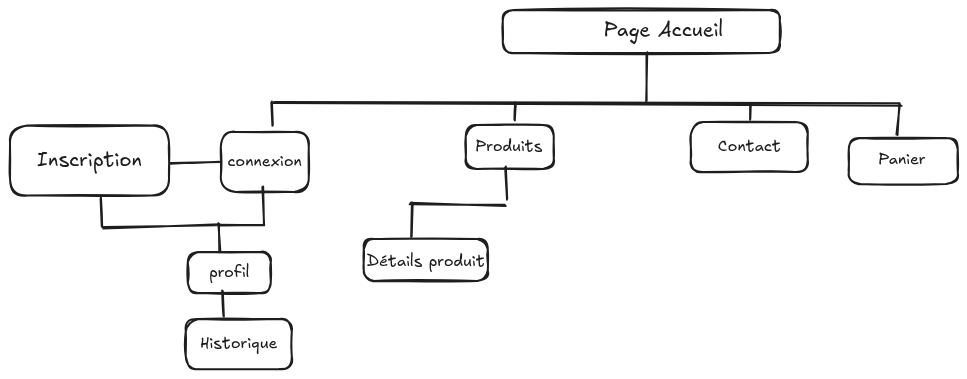
Before: conception/Cahier des charges/arborescence.excalidraw.png, a diagram exported from Excalidraw (AnneSophieBaumgart/Greenroots). Source tidied: one line per element, renumbered; positions are measured from the earlier drawing's top-left corner, leaving out a move shared by most shapes.
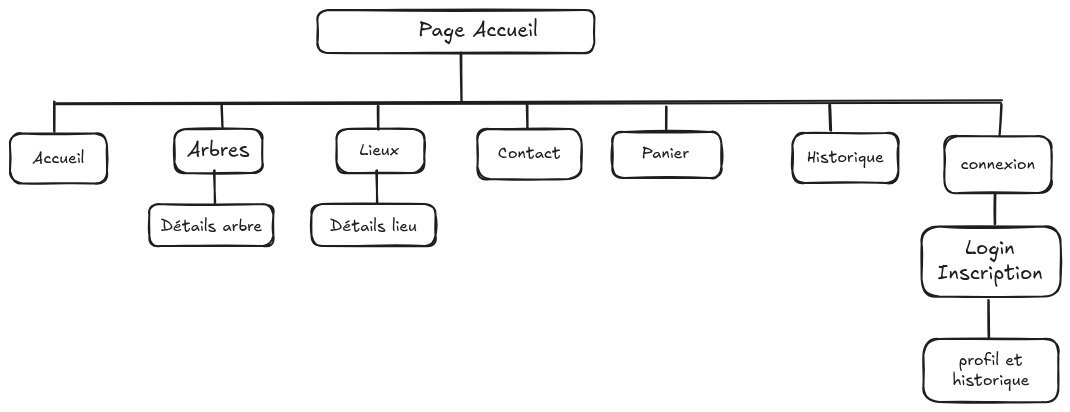
The same diagram one commit later.

The edit, as a diff of the source:
```diff
@@ -1,34 +1,37 @@
-{"id": 0, "type": "rectangle", "strokeColor": "#1e1e1e", "strokeWidth": 2, "roughness": 1, "round": true, "x": 493, "y": 0, "width": 277, "height": 43}
+{"id": 34, "type": "rectangle", "strokeColor": "#1e1e1e", "strokeWidth": 2, "roughness": 1, "round": true, "x": 47, "y": 142, "width": 277, "height": 43}
-{"id": 1, "type": "text", "text": "Page Accueil", "strokeColor": "#1e1e1e", "strokeWidth": 2, "roughness": 1, "fontSize": 20, "fontFamily": 5, "textAlign": "center", "x": 594, "y": 8, "width": 119, "height": 25}
+{"id": 1, "type": "text", "text": "Page Accueil", "strokeColor": "#1e1e1e", "strokeWidth": 2, "roughness": 1, "fontSize": 20, "fontFamily": 5, "textAlign": "center", "x": 148, "y": 150, "width": 119, "height": 25}
-{"id": 2, "type": "line", "strokeColor": "#1e1e1e", "strokeWidth": 2, "roughness": 1, "round": true, "x": 637, "y": 43, "width": 0, "height": 48, "points": [[0, 0], [0, 48]]}
-{"id": 3, "type": "line", "strokeColor": "#1e1e1e", "strokeWidth": 2, "roughness": 1, "round": true, "x": 890, "y": 94, "width": 626, "height": 1, "points": [[0, 0], [-626, -1]]}
-{"id": 4, "type": "line", "strokeColor": "#1e1e1e", "strokeWidth": 2, "roughness": 1, "round": true, "x": 262, "y": 92, "width": 1, "height": 23, "points": [[0, 0], [1, 23]]}
-{"id": 5, "type": "line", "strokeColor": "#1e1e1e", "strokeWidth": 2, "roughness": 1, "round": true, "x": 506, "y": 93, "width": 1, "height": 17, "points": [[0, 0], [-1, 17]]}
-{"id": 6, "type": "line", "strokeColor": "#1e1e1e", "strokeWidth": 2, "roughness": 1, "round": true, "x": 741, "y": 93, "width": 1, "height": 16, "points": [[0, 0], [-1, 16]]}
-{"id": 7, "type": "rectangle", "strokeColor": "#1e1e1e", "strokeWidth": 2, "roughness": 1, "round": true, "x": 211, "y": 122, "width": 88, "height": 60}
+{"id": 35, "type": "line", "strokeColor": "#1e1e1e", "strokeWidth": 2, "roughness": 1, "round": true, "x": 191, "y": 186, "width": 0, "height": 48, "points": [[0, 0], [0, 48]]}
+{"id": 36, "type": "line", "strokeColor": "#1e1e1e", "strokeWidth": 2, "roughness": 1, "round": true, "x": 731, "y": 234, "width": 946, "height": 3, "points": [[0, 0], [-946, 3]]}
+{"id": 37, "type": "line", "strokeColor": "#1e1e1e", "strokeWidth": 2, "roughness": 1, "round": true, "x": -49, "y": 236, "width": 1, "height": 23, "points": [[0, 0], [1, 23]]}
+{"id": 38, "type": "rectangle", "strokeColor": "#1e1e1e", "strokeWidth": 2, "roughness": 1, "round": true, "x": 674, "y": 268, "width": 107, "height": 57}
-{"id": 8, "type": "text", "text": "connexion", "strokeColor": "#1e1e1e", "strokeWidth": 2, "roughness": 1, "fontSize": 16, "fontFamily": 5, "textAlign": "center", "verticalAlign": "middle", "inside": 7, "x": 221, "y": 142, "width": 67, "height": 20}
+{"id": 8, "type": "text", "text": "connexion", "strokeColor": "#1e1e1e", "strokeWidth": 2, "roughness": 1, "fontSize": 16, "fontFamily": 5, "textAlign": "center", "verticalAlign": "middle", "inside": 38, "x": 694, "y": 287, "width": 67, "height": 20}
-{"id": 9, "type": "rectangle", "strokeColor": "#1e1e1e", "strokeWidth": 2, "roughness": 1, "round": true, "x": 456, "y": 115, "width": 88, "height": 44}
-{"id": 10, "type": "text", "text": "Produits", "strokeColor": "#1e1e1e", "strokeWidth": 2, "roughness": 1, "fontSize": 16, "fontFamily": 5, "textAlign": "center", "x": 465, "y": 127, "width": 67, "height": 20}
-{"id": 11, "type": "rectangle", "strokeColor": "#1e1e1e", "strokeWidth": 2, "roughness": 1, "round": true, "x": 681, "y": 112, "width": 117, "height": 50}
+{"id": 39, "type": "rectangle", "strokeColor": "#1e1e1e", "strokeWidth": 2, "roughness": 1, "round": true, "x": -96, "y": 262, "width": 88, "height": 44}
+{"id": 40, "type": "text", "text": "Arbres", "strokeColor": "#1e1e1e", "strokeWidth": 2, "roughness": 1, "fontSize": 20, "fontFamily": 5, "textAlign": "center", "verticalAlign": "middle", "inside": 39, "x": -79, "y": 271, "width": 54, "height": 25}
+{"id": 41, "type": "rectangle", "strokeColor": "#1e1e1e", "strokeWidth": 2, "roughness": 1, "round": true, "x": 207, "y": 262, "width": 104, "height": 50}
-{"id": 12, "type": "text", "text": "Contact", "strokeColor": "#1e1e1e", "strokeWidth": 2, "roughness": 1, "fontSize": 16, "fontFamily": 5, "textAlign": "center", "verticalAlign": "middle", "inside": 11, "x": 714, "y": 127, "width": 50, "height": 20}
+{"id": 12, "type": "text", "text": "Contact", "strokeColor": "#1e1e1e", "strokeWidth": 2, "roughness": 1, "fontSize": 16, "fontFamily": 5, "textAlign": "center", "verticalAlign": "middle", "inside": 41, "x": 234, "y": 276, "width": 50, "height": 20}
-{"id": 13, "type": "line", "strokeColor": "#1e1e1e", "strokeWidth": 2, "roughness": 1, "round": true, "x": 496, "y": 157, "width": 1, "height": 32, "points": [[0, 0], [1, 32]]}
-{"id": 14, "type": "line", "strokeColor": "#1e1e1e", "strokeWidth": 2, "roughness": 1, "round": true, "x": 495, "y": 196, "width": 94, "height": 3, "points": [[0, 0], [-94, -3]]}
-{"id": 15, "type": "line", "strokeColor": "#1e1e1e", "strokeWidth": 2, "roughness": 1, "round": true, "x": 403, "y": 193, "width": 1, "height": 34, "points": [[0, 0], [-1, 34]]}
-{"id": 16, "type": "rectangle", "strokeColor": "#1e1e1e", "strokeWidth": 2, "roughness": 1, "round": true, "x": 354, "y": 229, "width": 124, "height": 42}
-{"id": 17, "type": "text", "text": "Détails produit", "strokeColor": "#1e1e1e", "strokeWidth": 2, "roughness": 1, "fontSize": 16, "fontFamily": 5, "textAlign": "center", "x": 357, "y": 242, "width": 118, "height": 20}
-{"id": 18, "type": "line", "strokeColor": "#1e1e1e", "strokeWidth": 2, "roughness": 1, "round": true, "x": 253, "y": 177, "width": 1, "height": 38, "points": [[0, 0], [1, 38]]}
-{"id": 19, "type": "line", "strokeColor": "#1e1e1e", "strokeWidth": 2, "roughness": 1, "round": true, "x": 254, "y": 215, "width": 45, "height": 0, "points": [[0, 0], [-45, 0]]}
-{"id": 20, "type": "line", "strokeColor": "#1e1e1e", "strokeWidth": 2, "roughness": 1, "round": true, "x": 209, "y": 214, "width": 1, "height": 28, "points": [[0, 0], [1, 28]]}
-{"id": 21, "type": "rectangle", "strokeColor": "#1e1e1e", "strokeWidth": 2, "roughness": 1, "round": true, "x": 178, "y": 242, "width": 83, "height": 41}
-{"id": 22, "type": "text", "text": "profil", "strokeColor": "#1e1e1e", "strokeWidth": 2, "roughness": 1, "fontSize": 16, "fontFamily": 5, "textAlign": "center", "verticalAlign": "middle", "inside": 21, "x": 202, "y": 252, "width": 36, "height": 20}
-{"id": 23, "type": "line", "strokeColor": "#1e1e1e", "strokeWidth": 2, "roughness": 1, "round": true, "x": 213, "y": 281, "width": 1, "height": 25, "points": [[0, 0], [1, 25]]}
-{"id": 24, "type": "rectangle", "strokeColor": "#1e1e1e", "strokeWidth": 2, "roughness": 1, "round": true, "x": 176, "y": 309, "width": 106, "height": 50}
+{"id": 42, "type": "line", "strokeColor": "#1e1e1e", "strokeWidth": 2, "roughness": 1, "round": true, "x": -56, "y": 304, "width": 1, "height": 32, "points": [[0, 0], [1, 32]]}
+{"id": 43, "type": "rectangle", "strokeColor": "#1e1e1e", "strokeWidth": 2, "roughness": 1, "round": true, "x": -121, "y": 336, "width": 124, "height": 42}
+{"id": 44, "type": "text", "text": "Détails arbre", "strokeColor": "#1e1e1e", "strokeWidth": 2, "roughness": 1, "fontSize": 16, "fontFamily": 5, "textAlign": "center", "x": -110, "y": 350, "width": 102, "height": 20}
+{"id": 45, "type": "line", "strokeColor": "#1e1e1e", "strokeWidth": 2, "roughness": 1, "round": true, "x": 718, "y": 432, "width": 1, "height": 38, "points": [[0, 0], [1, 38]]}
+{"id": 46, "type": "rectangle", "strokeColor": "#1e1e1e", "strokeWidth": 2, "roughness": 1, "round": true, "x": 653, "y": 472, "width": 135, "height": 63}
+{"id": 47, "type": "text", "text": "profil et\nhistorique", "strokeColor": "#1e1e1e", "strokeWidth": 2, "roughness": 1, "fontSize": 16, "fontFamily": 5, "textAlign": "center", "verticalAlign": "middle", "inside": 46, "x": 682, "y": 483, "width": 77, "height": 40}
+{"id": 48, "type": "line", "strokeColor": "#1e1e1e", "strokeWidth": 2, "roughness": 1, "round": true, "x": 559, "y": 238, "width": 1, "height": 25, "points": [[0, 0], [1, 25]]}
+{"id": 49, "type": "rectangle", "strokeColor": "#1e1e1e", "strokeWidth": 2, "roughness": 1, "round": true, "x": 522, "y": 266, "width": 106, "height": 50}
-{"id": 25, "type": "text", "text": "Historique", "strokeColor": "#1e1e1e", "strokeWidth": 2, "roughness": 1, "fontSize": 16, "fontFamily": 5, "textAlign": "center", "verticalAlign": "middle", "inside": 24, "x": 195, "y": 324, "width": 68, "height": 20}
+{"id": 25, "type": "text", "text": "Historique", "strokeColor": "#1e1e1e", "strokeWidth": 2, "roughness": 1, "fontSize": 16, "fontFamily": 5, "textAlign": "center", "verticalAlign": "middle", "inside": 49, "x": 541, "y": 280, "width": 68, "height": 20}
-{"id": 26, "type": "line", "strokeColor": "#1e1e1e", "strokeWidth": 2, "roughness": 1, "round": true, "x": 890, "y": 94, "width": 3, "height": 31, "points": [[0, 0], [-3, 31]]}
-{"id": 27, "type": "rectangle", "strokeColor": "#1e1e1e", "strokeWidth": 2, "roughness": 1, "round": true, "x": 839, "y": 128, "width": 109, "height": 46}
+{"id": 50, "type": "line", "strokeColor": "#1e1e1e", "strokeWidth": 2, "roughness": 1, "round": true, "x": 731, "y": 236, "width": 2, "height": 31, "points": [[0, 0], [-2, 31]]}
+{"id": 51, "type": "rectangle", "strokeColor": "#1e1e1e", "strokeWidth": 2, "roughness": 1, "round": true, "x": 342, "y": 264, "width": 109, "height": 46}
-{"id": 28, "type": "text", "text": "Panier", "strokeColor": "#1e1e1e", "strokeWidth": 2, "roughness": 1, "fontSize": 16, "fontFamily": 5, "textAlign": "center", "x": 868, "y": 140, "width": 47, "height": 20}
+{"id": 28, "type": "text", "text": "Panier", "strokeColor": "#1e1e1e", "strokeWidth": 2, "roughness": 1, "fontSize": 16, "fontFamily": 5, "textAlign": "center", "x": 371, "y": 276, "width": 47, "height": 20}
-{"id": 29, "type": "line", "strokeColor": "#1e1e1e", "strokeWidth": 2, "roughness": 1, "round": true, "x": 210, "y": 152, "width": 49, "height": 1, "points": [[0, 0], [-49, 1]]}
-{"id": 30, "type": "line", "strokeColor": "#1e1e1e", "strokeWidth": 2, "roughness": 1, "round": true, "x": 208, "y": 215, "width": 115, "height": 2, "points": [[0, 0], [-115, 2]]}
-{"id": 31, "type": "line", "strokeColor": "#1e1e1e", "strokeWidth": 2, "roughness": 1, "round": true, "x": 92, "y": 217, "width": 1, "height": 29, "points": [[0, 0], [-1, -29]]}
-{"id": 32, "type": "rectangle", "strokeColor": "#1e1e1e", "strokeWidth": 2, "roughness": 1, "round": true, "x": 0, "y": 116, "width": 159, "height": 70}
-{"id": 33, "type": "text", "text": "Inscription", "strokeColor": "#1e1e1e", "strokeWidth": 2, "roughness": 1, "fontSize": 20, "fontFamily": 5, "textAlign": "center", "x": 27, "y": 138, "width": 105, "height": 25}
+{"id": 52, "type": "rectangle", "strokeColor": "#1e1e1e", "strokeWidth": 2, "roughness": 1, "round": true, "x": 651, "y": 359, "width": 139, "height": 70}
+{"id": 53, "type": "text", "text": "Login\nInscription", "strokeColor": "#1e1e1e", "strokeWidth": 2, "roughness": 1, "fontSize": 20, "fontFamily": 5, "textAlign": "center", "x": 667, "y": 369, "width": 105, "height": 50}
+{"id": 54, "type": "rectangle", "strokeColor": "#1e1e1e", "strokeWidth": 2, "roughness": 1, "round": true, "x": 66, "y": 262, "width": 88, "height": 44}
+{"id": 55, "type": "text", "text": "Lieux", "strokeColor": "#1e1e1e", "strokeWidth": 2, "roughness": 1, "fontSize": 16, "fontFamily": 5, "textAlign": "center", "x": 89, "y": 274, "width": 39, "height": 20}
+{"id": 56, "type": "line", "strokeColor": "#1e1e1e", "strokeWidth": 2, "roughness": 1, "round": true, "x": 106, "y": 304, "width": 1, "height": 32, "points": [[0, 0], [1, 32]]}
+{"id": 57, "type": "rectangle", "strokeColor": "#1e1e1e", "strokeWidth": 2, "roughness": 1, "round": true, "x": 41, "y": 336, "width": 124, "height": 42}
+{"id": 58, "type": "text", "text": "Détails lieu", "strokeColor": "#1e1e1e", "strokeWidth": 2, "roughness": 1, "fontSize": 16, "fontFamily": 5, "textAlign": "center", "x": 60, "y": 350, "width": 87, "height": 20}
+{"id": 59, "type": "rectangle", "strokeColor": "#1e1e1e", "strokeWidth": 2, "roughness": 1, "round": true, "x": -260, "y": 266, "width": 97, "height": 50}
+{"id": 60, "type": "text", "text": "Accueil", "strokeColor": "#1e1e1e", "strokeWidth": 2, "roughness": 1, "fontSize": 16, "fontFamily": 5, "textAlign": "center", "verticalAlign": "middle", "inside": 59, "x": -237, "y": 281, "width": 50, "height": 20}
+{"id": 61, "type": "line", "strokeColor": "#1e1e1e", "strokeWidth": 2, "roughness": 1, "round": true, "x": -216, "y": 234, "width": 0, "height": 30, "points": [[0, 0], [0, 30]]}
+{"id": 62, "type": "line", "strokeColor": "#1e1e1e", "strokeWidth": 2, "roughness": 1, "round": true, "x": 108, "y": 238, "width": 0, "height": 24, "points": [[0, 0], [0, 24]]}
+{"id": 63, "type": "line", "strokeColor": "#1e1e1e", "strokeWidth": 2, "roughness": 1, "round": true, "x": 257, "y": 237, "width": 0, "height": 24, "points": [[0, 0], [0, 24]]}
+{"id": 64, "type": "line", "strokeColor": "#1e1e1e", "strokeWidth": 2, "roughness": 1, "round": true, "x": 396, "y": 239, "width": 0, "height": 23, "points": [[0, 0], [0, 23]]}
+{"id": 65, "type": "line", "strokeColor": "#1e1e1e", "strokeWidth": 2, "roughness": 1, "round": true, "x": 725, "y": 326, "width": 0, "height": 31, "points": [[0, 0], [0, 31]]}
```
